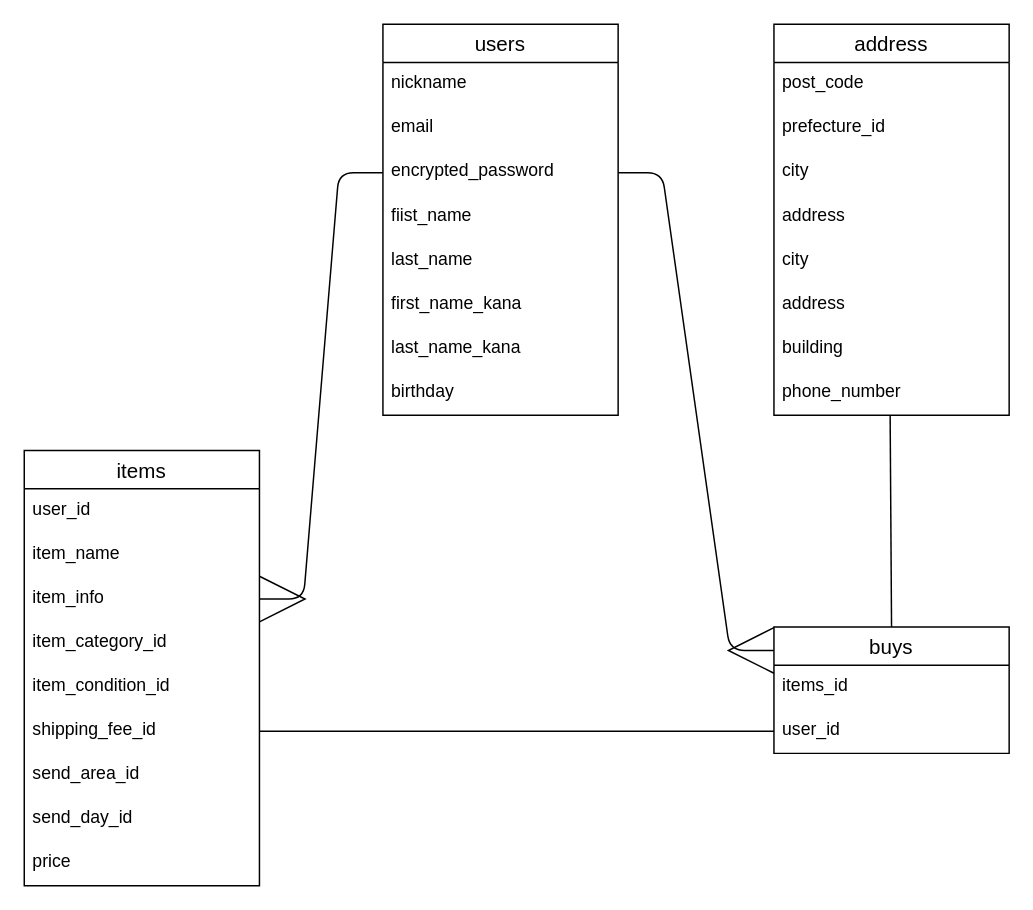
gomachan3232/furima-32357 keeps this draw.io diagram as furima.dio. Above is the earlier version. Source tidied: cells renumbered, new cells numbered last; positions are measured from the earlier drawing's top-left corner, leaving out a move shared by most shapes. Both pictures are drawn from the tidied source at 147%, with x=0, y=0 at pixel (24, 24).
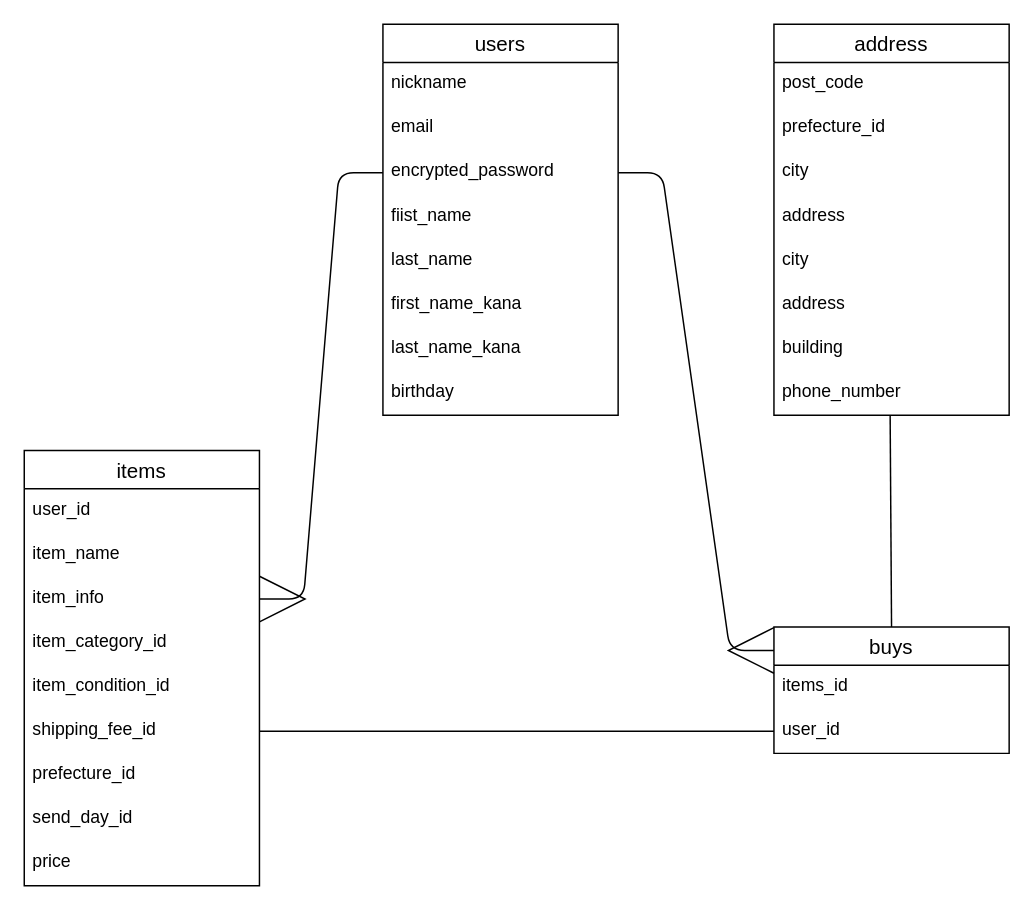
The same diagram, later.

Commit message (it also covers changes not shown here):
データベース設計　修正3

Unchanged cells that the change refers to:
```xml
<mxCell id="11" value="items" style="swimlane;fontStyle=0;horizontal=1;startSize=26;align=center;fontSize=14;" parent="1" vertex="1">
  <mxGeometry y="290" width="160" height="296" as="geometry" />
</mxCell>
```

Change to the diagram source:
```diff
@@
-    <mxCell id="18" value="send_area_id" style="text;strokeColor=none;fillColor=none;spacingLeft=4;spacingRight=4;overflow=hidden;fontSize=12;" parent="11" vertex="1">
+    <mxCell id="18" value="prefecture_id" style="text;strokeColor=none;fillColor=none;spacingLeft=4;spacingRight=4;overflow=hidden;fontSize=12;" parent="11" vertex="1">
       <mxGeometry y="206" width="160" height="30" as="geometry" />
     </mxCell>
```
